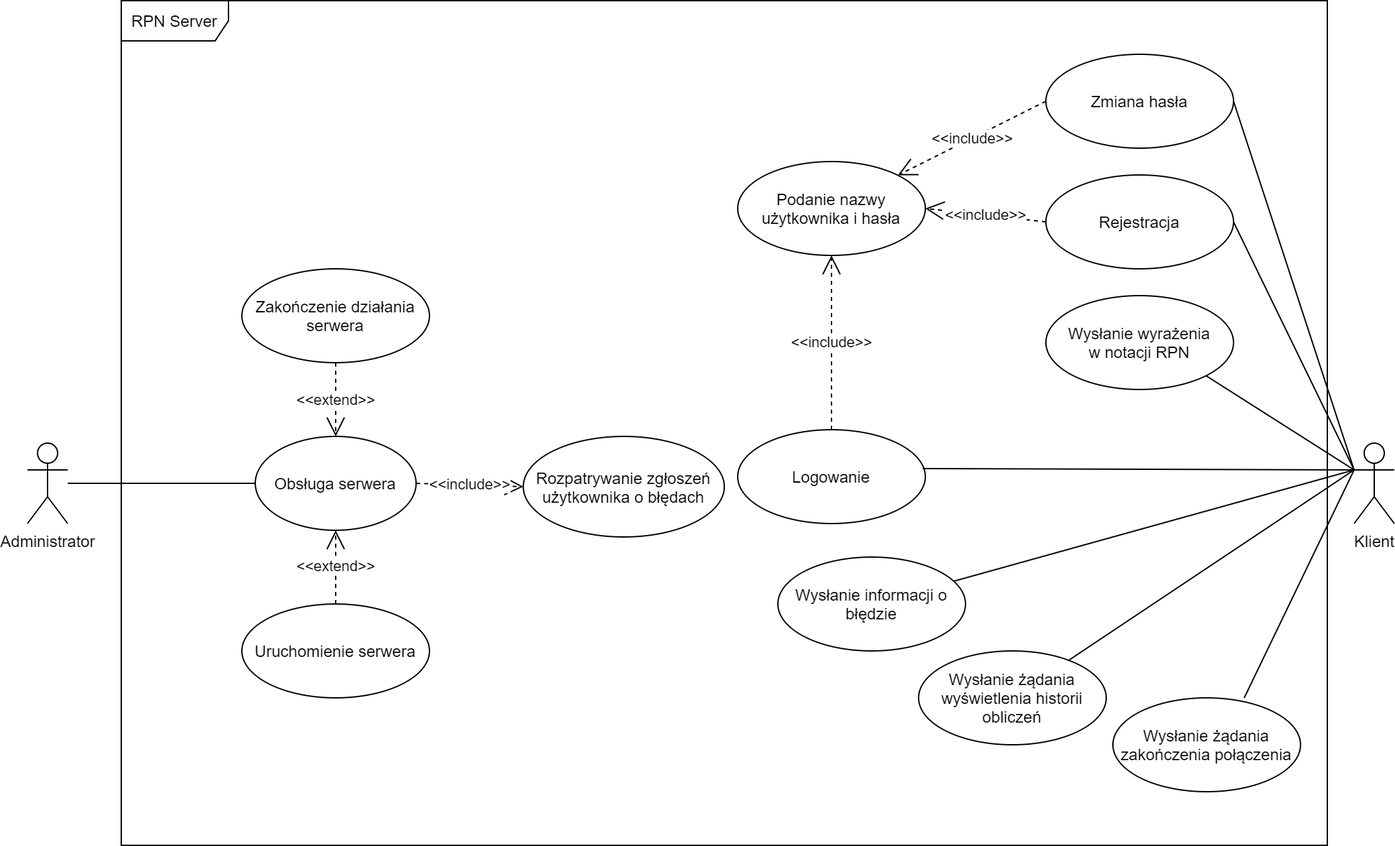
The draw.io diagram media/DiagramPrzypadkow.png in Groszczu/rpn-tcp-server, before a commit. Source tidied: cells renumbered, new cells last; positions are measured from the earlier drawing's top-left corner, leaving out a move shared by most shapes.
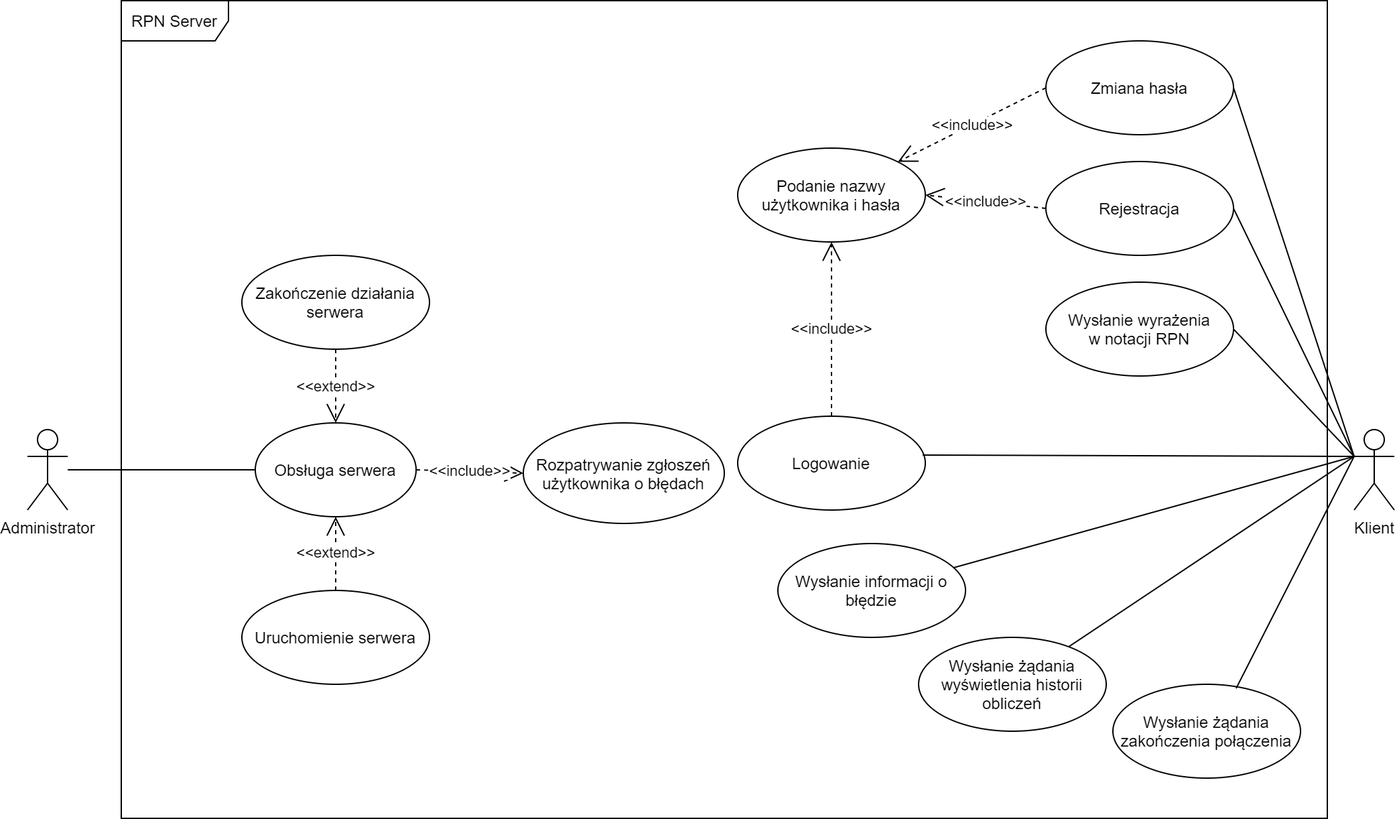
The same diagram one commit later.

What changed in the source:
```diff
@@ -35,7 +35,7 @@
     <mxCell id="12" style="endArrow=none;html=1;" parent="1" edge="1" source="2" target="4">
       <mxGeometry relative="1" as="geometry" />
     </mxCell>
-    <mxCell id="13" style="endArrow=none;html=1;exitX=1;exitY=1;exitDx=0;exitDy=0;entryX=0;entryY=0.3333333333333333;entryDx=0;entryDy=0;entryPerimeter=0;" parent="1" edge="1" source="7" target="3">
+    <mxCell id="13" style="endArrow=none;html=1;exitX=1;exitY=0.5;exitDx=0;exitDy=0;entryX=0;entryY=0.3333333333333333;entryDx=0;entryDy=0;entryPerimeter=0;" parent="1" edge="1" source="7" target="3">
       <mxGeometry relative="1" as="geometry" />
     </mxCell>
     <mxCell id="14" value="Wysłanie informacji o błędzie" style="ellipse;whiteSpace=wrap;html=1;" parent="1" vertex="1">
@@ -75,7 +75,7 @@
     <mxCell id="24" style="endArrow=none;html=1;entryX=0;entryY=0.3333333333333333;entryDx=0;entryDy=0;entryPerimeter=0;" parent="1" edge="1" source="9" target="3">
       <mxGeometry relative="1" as="geometry" />
     </mxCell>
-    <mxCell id="25" style="endArrow=none;html=1;exitX=0.7;exitY=0;exitDx=0;exitDy=0;exitPerimeter=0;" parent="1" edge="1" source="10">
+    <mxCell id="25" style="endArrow=none;html=1;exitX=0.657;exitY=0.043;exitDx=0;exitDy=0;exitPerimeter=0;" parent="1" edge="1" source="10">
       <mxGeometry relative="1" as="geometry">
         <mxPoint x="990" y="350" as="targetPoint" />
       </mxGeometry>
@@ -97,7 +97,7 @@
       <mxGeometry relative="1" as="geometry" />
     </mxCell>
     <mxCell id="30" value="RPN Server" style="shape=umlFrame;whiteSpace=wrap;html=1;width=80;height=30;" parent="1" vertex="1">
-      <mxGeometry x="70" width="900" height="630" as="geometry" />
+      <mxGeometry x="70" y="10" width="900" height="610" as="geometry" />
     </mxCell>
   </root>
 </mxGraphModel>
```
